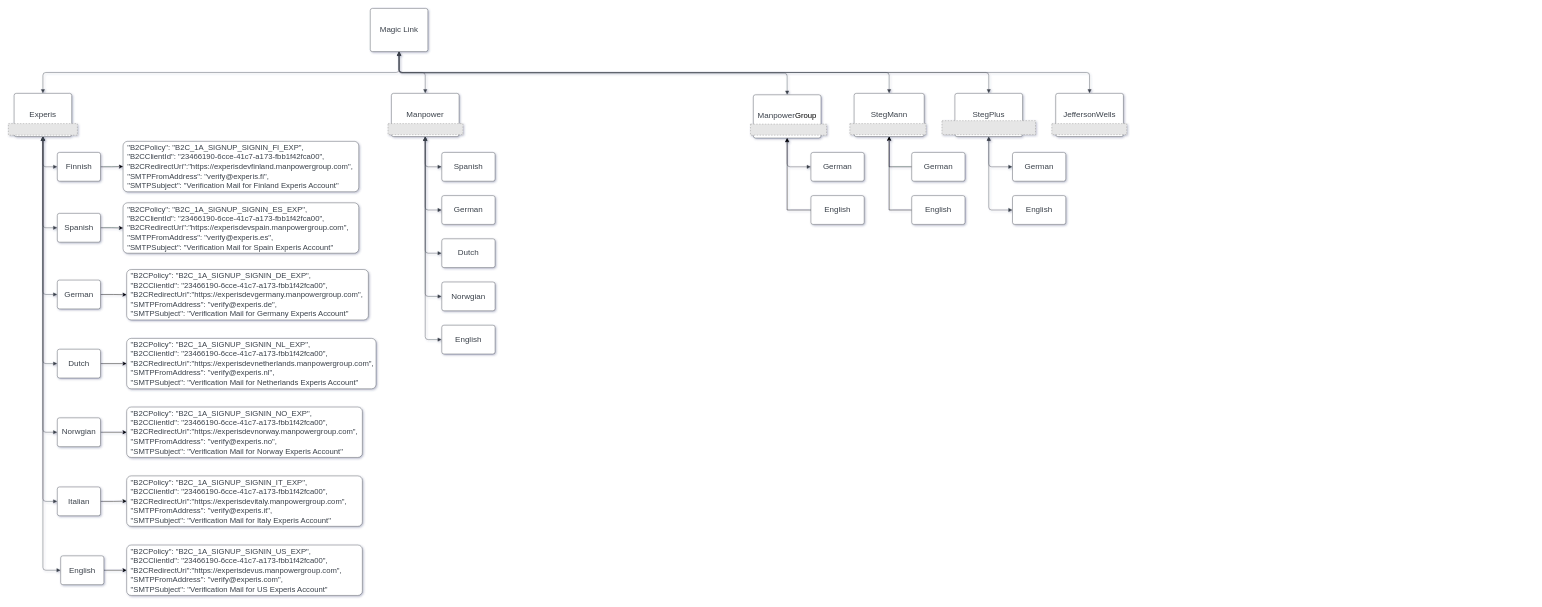
The draw.io diagram Untitled Diagram.drawio in pratikathavalempg/pratikathavalempg, before the edit. Source tidied: cells renumbered, new cells numbered last; positions are measured from the earlier drawing's top-left corner, leaving out a move shared by most shapes. Both pictures are drawn from the tidied source at 48%, with x=0, y=0 at pixel (8, 8). Pictures stored in the file or linked from it are replaced by grey dashed boxes.
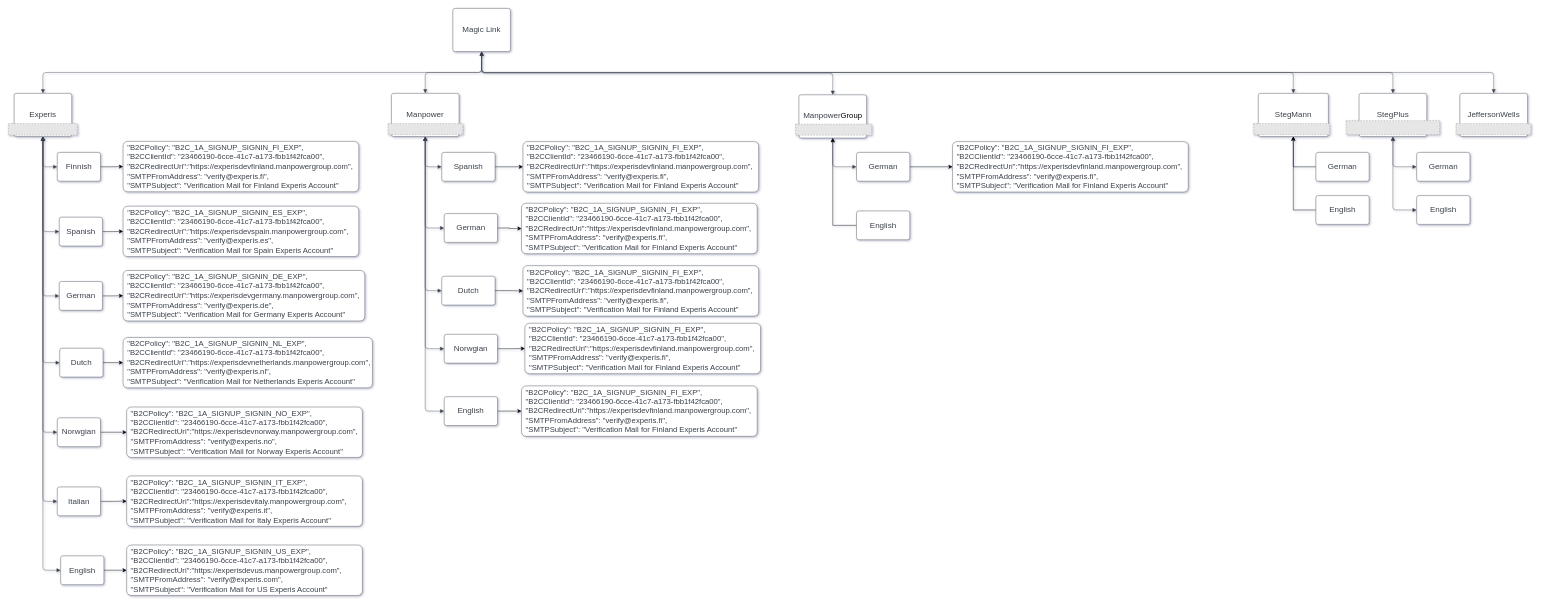
Above is the later version.

The change refers to these unchanged cells:
```xml
<mxCell id="34" value="Spanish" style="html=1;overflow=block;blockSpacing=1;whiteSpace=wrap;fontSize=16.7;fontColor=#3a414a;spacing=9;strokeColor=#3a414a;strokeOpacity=100;rounded=1;absoluteArcSize=1;arcSize=9;strokeWidth=0.8;" parent="1" vertex="1">
  <mxGeometry x="902.9" y="300" width="111" height="60" as="geometry" />
</mxCell>
```

Change to the diagram source:
```diff
@@
     <mxCell id="2" value="Magic Link" style="html=1;overflow=block;blockSpacing=1;whiteSpace=wrap;fontSize=16.7;fontColor=#3a414a;spacing=9;strokeColor=#3a414a;strokeOpacity=100;rounded=1;absoluteArcSize=1;arcSize=9;strokeWidth=0.8;" parent="1" vertex="1">
-      <mxGeometry x="753.9" width="120" height="90" as="geometry" />
+      <mxGeometry x="925.9" width="120" height="90" as="geometry" />
     </mxCell>
@@
     <mxCell id="6" value="&lt;div style=&quot;display: flex; justify-content: center; text-align: center; align-items: baseline; font-size: 0; line-height: 1.25;margin-top: -2px;&quot;&gt;&lt;span&gt;&lt;span style=&quot;font-size:16.7px;color:#3a414a;&quot;&gt;Manpower&lt;/span&gt;&lt;span style=&quot;font-size:16px;color:#000000;&quot;&gt;Group &lt;/span&gt;&lt;/span&gt;&lt;/div&gt;" style="html=1;overflow=block;blockSpacing=1;whiteSpace=wrap;fontSize=13;spacing=9;strokeColor=#3a414a;strokeOpacity=100;rounded=1;absoluteArcSize=1;arcSize=9;strokeWidth=0.8;" parent="1" vertex="1">
-      <mxGeometry x="1551.9" y="180" width="141" height="90" as="geometry" />
+      <mxGeometry x="1646.9" y="180" width="141" height="90" as="geometry" />
     </mxCell>
     <mxCell id="7" value="StegMann" style="html=1;overflow=block;blockSpacing=1;whiteSpace=wrap;fontSize=16.7;fontColor=#3a414a;spacing=9;strokeColor=#3a414a;strokeOpacity=100;rounded=1;absoluteArcSize=1;arcSize=9;strokeWidth=0.8;" parent="1" vertex="1">
-      <mxGeometry x="1761.9" y="177" width="146" height="90" as="geometry" />
+      <mxGeometry x="2603.9" y="177" width="146" height="90" as="geometry" />
     </mxCell>
     <mxCell id="8" value="StegPlus" style="html=1;overflow=block;blockSpacing=1;whiteSpace=wrap;fontSize=16.7;fontColor=#3a414a;spacing=9;strokeColor=#3a414a;strokeOpacity=100;rounded=1;absoluteArcSize=1;arcSize=9;strokeWidth=0.8;" parent="1" vertex="1">
-      <mxGeometry x="1971.9" y="177" width="141" height="90" as="geometry" />
+      <mxGeometry x="2813.9" y="177" width="141" height="90" as="geometry" />
     </mxCell>
@@
     <mxCell id="17" value="Spanish" style="html=1;overflow=block;blockSpacing=1;whiteSpace=wrap;fontSize=16.7;fontColor=#3a414a;spacing=9;strokeColor=#3a414a;strokeOpacity=100;rounded=1;absoluteArcSize=1;arcSize=9;strokeWidth=0.8;" parent="1" vertex="1">
-      <mxGeometry x="101.9" y="427" width="90" height="60" as="geometry" />
+      <mxGeometry x="106" y="435" width="90" height="60" as="geometry" />
     </mxCell>
@@
     <mxCell id="20" value="German" style="html=1;overflow=block;blockSpacing=1;whiteSpace=wrap;fontSize=16.7;fontColor=#3a414a;spacing=9;strokeColor=#3a414a;strokeOpacity=100;rounded=1;absoluteArcSize=1;arcSize=9;strokeWidth=0.8;" parent="1" vertex="1">
-      <mxGeometry x="101.9" y="566" width="90" height="60" as="geometry" />
+      <mxGeometry x="106" y="569" width="90" height="60" as="geometry" />
     </mxCell>
@@
     <mxCell id="22" value="Dutch" style="html=1;overflow=block;blockSpacing=1;whiteSpace=wrap;fontSize=16.7;fontColor=#3a414a;spacing=9;strokeColor=#3a414a;strokeOpacity=100;rounded=1;absoluteArcSize=1;arcSize=9;strokeWidth=0.8;" parent="1" vertex="1">
-      <mxGeometry x="101.9" y="710" width="90" height="60" as="geometry" />
+      <mxGeometry x="107" y="708" width="90" height="60" as="geometry" />
     </mxCell>
@@
+    <mxCell id="71" style="edgeStyle=orthogonalEdgeStyle;rounded=0;jettySize=auto;html=1;exitX=1;exitY=0.5;exitDx=0;exitDy=0;entryX=0;entryY=0.5;entryDx=0;entryDy=0;fontSize=16;" parent="1" edge="1" source="34" target="77">
+      <mxGeometry relative="1" as="geometry" />
+    </mxCell>
@@
+    <mxCell id="72" style="edgeStyle=orthogonalEdgeStyle;rounded=0;jettySize=auto;html=1;exitX=1;exitY=0.5;exitDx=0;exitDy=0;fontSize=16;" parent="1" edge="1" source="35" target="78">
+      <mxGeometry relative="1" as="geometry" />
+    </mxCell>
     <mxCell id="35" value="German" style="html=1;overflow=block;blockSpacing=1;whiteSpace=wrap;fontSize=16.7;fontColor=#3a414a;spacing=9;strokeColor=#3a414a;strokeOpacity=100;rounded=1;absoluteArcSize=1;arcSize=9;strokeWidth=0.8;" parent="1" vertex="1">
-      <mxGeometry x="902.9" y="390" width="111" height="60" as="geometry" />
+      <mxGeometry x="908" y="427.5" width="111" height="60" as="geometry" />
     </mxCell>
+    <mxCell id="73" style="edgeStyle=orthogonalEdgeStyle;rounded=0;jettySize=auto;html=1;exitX=1;exitY=0.5;exitDx=0;exitDy=0;entryX=0;entryY=0.5;entryDx=0;entryDy=0;fontSize=16;" parent="1" edge="1" source="36" target="79">
+      <mxGeometry relative="1" as="geometry" />
+    </mxCell>
     <mxCell id="36" value="Dutch" style="html=1;overflow=block;blockSpacing=1;whiteSpace=wrap;fontSize=16.7;fontColor=#3a414a;spacing=9;strokeColor=#3a414a;strokeOpacity=100;rounded=1;absoluteArcSize=1;arcSize=9;strokeWidth=0.8;" parent="1" vertex="1">
-      <mxGeometry x="902.9" y="480" width="111" height="60" as="geometry" />
+      <mxGeometry x="902.9" y="558" width="111" height="60" as="geometry" />
     </mxCell>
+    <mxCell id="74" style="edgeStyle=orthogonalEdgeStyle;rounded=0;jettySize=auto;html=1;exitX=1;exitY=0.5;exitDx=0;exitDy=0;entryX=0;entryY=0.5;entryDx=0;entryDy=0;fontSize=16;" parent="1" edge="1" source="37" target="80">
+      <mxGeometry relative="1" as="geometry" />
+    </mxCell>
     <mxCell id="37" value="Norwgian" style="html=1;overflow=block;blockSpacing=1;whiteSpace=wrap;fontSize=16.7;fontColor=#3a414a;spacing=9;strokeColor=#3a414a;strokeOpacity=100;rounded=1;absoluteArcSize=1;arcSize=9;strokeWidth=0.8;" parent="1" vertex="1">
-      <mxGeometry x="902.9" y="570" width="111" height="60" as="geometry" />
+      <mxGeometry x="908" y="679" width="111" height="60" as="geometry" />
     </mxCell>
@@
+    <mxCell id="75" style="edgeStyle=orthogonalEdgeStyle;rounded=0;jettySize=auto;html=1;exitX=1;exitY=0.5;exitDx=0;exitDy=0;entryX=0;entryY=0.5;entryDx=0;entryDy=0;fontSize=16;" parent="1" edge="1" source="42" target="81">
+      <mxGeometry relative="1" as="geometry" />
+    </mxCell>
     <mxCell id="42" value="English" style="html=1;overflow=block;blockSpacing=1;whiteSpace=wrap;fontSize=16.7;fontColor=#3a414a;spacing=9;strokeColor=#3a414a;strokeOpacity=100;rounded=1;absoluteArcSize=1;arcSize=9;strokeWidth=0.8;" parent="1" vertex="1">
-      <mxGeometry x="902.9" y="660" width="111" height="60" as="geometry" />
+      <mxGeometry x="908" y="809" width="111" height="60" as="geometry" />
     </mxCell>
@@
+    <mxCell id="76" style="edgeStyle=orthogonalEdgeStyle;rounded=0;jettySize=auto;html=1;exitX=1;exitY=0.5;exitDx=0;exitDy=0;entryX=0;entryY=0.5;entryDx=0;entryDy=0;fontSize=16;" parent="1" edge="1" source="44" target="82">
+      <mxGeometry relative="1" as="geometry" />
+    </mxCell>
     <mxCell id="44" value="German" style="html=1;overflow=block;blockSpacing=1;whiteSpace=wrap;fontSize=16.7;fontColor=#3a414a;spacing=9;strokeColor=#3a414a;strokeOpacity=100;rounded=1;absoluteArcSize=1;arcSize=9;strokeWidth=0.8;" parent="1" vertex="1">
-      <mxGeometry x="1671.9" y="300" width="111" height="60" as="geometry" />
+      <mxGeometry x="1766.9" y="300" width="111" height="60" as="geometry" />
     </mxCell>
@@
     <mxCell id="47" value="German" style="html=1;overflow=block;blockSpacing=1;whiteSpace=wrap;fontSize=16.7;fontColor=#3a414a;spacing=9;strokeColor=#3a414a;strokeOpacity=100;rounded=1;absoluteArcSize=1;arcSize=9;strokeWidth=0.8;" parent="1" vertex="1">
-      <mxGeometry x="1881.9" y="300" width="111" height="60" as="geometry" />
+      <mxGeometry x="2723.9" y="300" width="111" height="60" as="geometry" />
     </mxCell>
     <mxCell id="48" value="German" style="html=1;overflow=block;blockSpacing=1;whiteSpace=wrap;fontSize=16.7;fontColor=#3a414a;spacing=9;strokeColor=#3a414a;strokeOpacity=100;rounded=1;absoluteArcSize=1;arcSize=9;strokeWidth=0.8;" parent="1" vertex="1">
-      <mxGeometry x="2091.9" y="300" width="111" height="60" as="geometry" />
+      <mxGeometry x="2933.9" y="300" width="111" height="60" as="geometry" />
     </mxCell>
@@
     <mxCell id="51" value="English" style="html=1;overflow=block;blockSpacing=1;whiteSpace=wrap;fontSize=16.7;fontColor=#3a414a;spacing=9;strokeColor=#3a414a;strokeOpacity=100;rounded=1;absoluteArcSize=1;arcSize=9;strokeWidth=0.8;" parent="1" vertex="1">
-      <mxGeometry x="1671.9" y="390" width="111" height="60" as="geometry" />
+      <mxGeometry x="1766.9" y="422" width="111" height="60" as="geometry" />
     </mxCell>
@@
     <mxCell id="53" value="English" style="html=1;overflow=block;blockSpacing=1;whiteSpace=wrap;fontSize=16.7;fontColor=#3a414a;spacing=9;strokeColor=#3a414a;strokeOpacity=100;rounded=1;absoluteArcSize=1;arcSize=9;strokeWidth=0.8;" parent="1" vertex="1">
-      <mxGeometry x="1881.9" y="390" width="111" height="60" as="geometry" />
+      <mxGeometry x="2723.9" y="390" width="111" height="60" as="geometry" />
     </mxCell>
     <mxCell id="54" value="English" style="html=1;overflow=block;blockSpacing=1;whiteSpace=wrap;fontSize=16.7;fontColor=#3a414a;spacing=9;strokeColor=#3a414a;strokeOpacity=100;rounded=1;absoluteArcSize=1;arcSize=9;strokeWidth=0.8;" parent="1" vertex="1">
-      <mxGeometry x="2091.9" y="390" width="111" height="60" as="geometry" />
+      <mxGeometry x="2933.9" y="390" width="111" height="60" as="geometry" />
     </mxCell>
@@
     <mxCell id="57" value="JeffersonWells" style="html=1;overflow=block;blockSpacing=1;whiteSpace=wrap;fontSize=16.7;fontColor=#3a414a;spacing=9;strokeColor=#3a414a;strokeOpacity=100;rounded=1;absoluteArcSize=1;arcSize=9;strokeWidth=0.8;" parent="1" vertex="1">
-      <mxGeometry x="2181.9" y="177" width="141" height="90" as="geometry" />
+      <mxGeometry x="3023.9" y="177" width="141" height="90" as="geometry" />
     </mxCell>
@@
     <mxCell id="59" style="fillColor=#E6E6E6;strokeColor=#999999;dashed=1;html=1;whiteSpace=wrap;fontSize=13;spacing=0;" parent="1" vertex="1">
-      <mxGeometry x="2173.9" y="240" width="156" height="23" as="geometry" />
+      <mxGeometry x="3015.9" y="240" width="156" height="23" as="geometry" />
     </mxCell>
     <mxCell id="60" style="fillColor=#E6E6E6;strokeColor=#999999;dashed=1;verticalLabelPosition=bottom;labelBackgroundColor=default;verticalAlign=top;" parent="1" vertex="1">
-      <mxGeometry x="1753.1" y="240" width="158.5" height="23" as="geometry" />
+      <mxGeometry x="2594.1" y="240" width="158.5" height="23" as="geometry" />
     </mxCell>
     <mxCell id="61" style="fillColor=#E6E6E6;strokeColor=#999999;dashed=1;verticalLabelPosition=bottom;labelBackgroundColor=default;verticalAlign=top;" parent="1" vertex="1">
-      <mxGeometry x="1945" y="233.9" width="194.8" height="29.1" as="geometry" />
+      <mxGeometry x="2787" y="233.9" width="194.8" height="29.1" as="geometry" />
     </mxCell>
     <mxCell id="62" style="fillColor=#E6E6E6;strokeColor=#999999;dashed=1;verticalLabelPosition=bottom;labelBackgroundColor=default;verticalAlign=top;" parent="1" vertex="1">
-      <mxGeometry x="1546" y="241.1" width="158.5" height="23" as="geometry" />
+      <mxGeometry x="1640" y="241.1" width="158.5" height="23" as="geometry" />
     </mxCell>
@@
     <mxCell id="65" value="&lt;div style=&quot;font-size: 16px&quot;&gt;&lt;font style=&quot;font-size: 16px&quot;&gt;&quot;B2CPolicy&quot;: &quot;B2C_1A_SIGNUP_SIGNIN_ES_EXP&quot;,&lt;/font&gt;&lt;/div&gt;&lt;div&gt;&lt;span style=&quot;font-size: 16px&quot;&gt;&quot;B2CClientId&quot;: &quot;23466190-6cce-41c7-a173-fbb1f42fca00&quot;,&lt;/span&gt;&lt;/div&gt;&lt;div style=&quot;font-size: 16px&quot;&gt;&lt;font style=&quot;font-size: 16px&quot;&gt;&quot;B2CRedirectUri&quot;:&quot;https://experisdevspain.manpowergroup.com&quot;,&lt;/font&gt;&lt;/div&gt;&lt;div&gt;&lt;font&gt;&lt;span style=&quot;font-size: 16px&quot;&gt;&quot;SMTPFromAddress&quot;: &quot;verify@experis.es&quot;,&lt;/span&gt;&lt;br&gt;&lt;/font&gt;&lt;/div&gt;&lt;div&gt;&lt;font&gt;&lt;span style=&quot;font-size: 16px&quot;&gt;&quot;SMTPSubject&quot;: &quot;Verification Mail for Spain Experis Account&quot;&lt;/span&gt;&lt;br&gt;&lt;/font&gt;&lt;/div&gt;" style="whiteSpace=wrap;html=1;fontSize=16.7;strokeColor=#3a414a;fontColor=#3a414a;spacing=9;rounded=1;arcSize=9;strokeWidth=0.8;align=left;" parent="1" vertex="1">
-      <mxGeometry x="238.9" y="405" width="491" height="105" as="geometry" />
+      <mxGeometry x="238.9" y="412" width="491" height="105" as="geometry" />
     </mxCell>
     <mxCell id="66" value="&lt;div style=&quot;font-size: 16px&quot;&gt;&lt;font style=&quot;font-size: 16px&quot;&gt;&quot;B2CPolicy&quot;: &quot;B2C_1A_SIGNUP_SIGNIN_DE_EXP&quot;,&lt;/font&gt;&lt;/div&gt;&lt;div&gt;&lt;span style=&quot;font-size: 16px&quot;&gt;&quot;B2CClientId&quot;: &quot;23466190-6cce-41c7-a173-fbb1f42fca00&quot;,&lt;/span&gt;&lt;/div&gt;&lt;div style=&quot;font-size: 16px&quot;&gt;&lt;font style=&quot;font-size: 16px&quot;&gt;&quot;B2CRedirectUri&quot;:&quot;https://experisdevgermany.manpowergroup.com&quot;,&lt;/font&gt;&lt;/div&gt;&lt;div&gt;&lt;font&gt;&lt;span style=&quot;font-size: 16px&quot;&gt;&quot;SMTPFromAddress&quot;: &quot;verify@experis.de&quot;,&lt;/span&gt;&lt;br&gt;&lt;/font&gt;&lt;/div&gt;&lt;div&gt;&lt;font&gt;&lt;span style=&quot;font-size: 16px&quot;&gt;&quot;SMTPSubject&quot;: &quot;Verification Mail for Germany Experis Account&quot;&lt;/span&gt;&lt;br&gt;&lt;/font&gt;&lt;/div&gt;" style="whiteSpace=wrap;html=1;fontSize=16.7;strokeColor=#3a414a;fontColor=#3a414a;spacing=9;rounded=1;arcSize=9;strokeWidth=0.8;align=left;" parent="1" vertex="1">
-      <mxGeometry x="246.4" y="544" width="503.5" height="105" as="geometry" />
+      <mxGeometry x="238.9" y="546" width="503.5" height="105" as="geometry" />
     </mxCell>
     <mxCell id="67" value="&lt;div style=&quot;font-size: 16px&quot;&gt;&lt;font style=&quot;font-size: 16px&quot;&gt;&quot;B2CPolicy&quot;: &quot;B2C_1A_SIGNUP_SIGNIN_NL_EXP&quot;,&lt;/font&gt;&lt;/div&gt;&lt;div&gt;&lt;span style=&quot;font-size: 16px&quot;&gt;&quot;B2CClientId&quot;: &quot;23466190-6cce-41c7-a173-fbb1f42fca00&quot;,&lt;/span&gt;&lt;/div&gt;&lt;div style=&quot;font-size: 16px&quot;&gt;&lt;font style=&quot;font-size: 16px&quot;&gt;&quot;B2CRedirectUri&quot;:&quot;https://experisdevnetherlands.manpowergroup.com&quot;,&lt;/font&gt;&lt;/div&gt;&lt;div&gt;&lt;font&gt;&lt;span style=&quot;font-size: 16px&quot;&gt;&quot;SMTPFromAddress&quot;: &quot;verify@experis.nl&quot;,&lt;/span&gt;&lt;br&gt;&lt;/font&gt;&lt;/div&gt;&lt;div&gt;&lt;font&gt;&lt;span style=&quot;font-size: 16px&quot;&gt;&quot;SMTPSubject&quot;: &quot;Verification Mail for Netherlands Experis Account&quot;&lt;/span&gt;&lt;br&gt;&lt;/font&gt;&lt;/div&gt;" style="whiteSpace=wrap;html=1;fontSize=16.7;strokeColor=#3a414a;fontColor=#3a414a;spacing=9;rounded=1;arcSize=9;strokeWidth=0.8;align=left;" parent="1" vertex="1">
-      <mxGeometry x="246.4" y="687.5" width="519.5" height="105" as="geometry" />
+      <mxGeometry x="238.9" y="685.5" width="519.5" height="105" as="geometry" />
     </mxCell>
@@
+    <mxCell id="77" value="&lt;div style=&quot;font-size: 16px&quot;&gt;&lt;font style=&quot;font-size: 16px&quot;&gt;&quot;B2CPolicy&quot;: &quot;B2C_1A_SIGNUP_SIGNIN_FI_EXP&quot;,&lt;/font&gt;&lt;/div&gt;&lt;div&gt;&lt;span style=&quot;font-size: 16px&quot;&gt;&quot;B2CClientId&quot;: &quot;23466190-6cce-41c7-a173-fbb1f42fca00&quot;,&lt;/span&gt;&lt;/div&gt;&lt;div style=&quot;font-size: 16px&quot;&gt;&lt;font style=&quot;font-size: 16px&quot;&gt;&quot;B2CRedirectUri&quot;:&quot;https://experisdevfinland.manpowergroup.com&quot;,&lt;/font&gt;&lt;/div&gt;&lt;div&gt;&lt;font&gt;&lt;span style=&quot;font-size: 16px&quot;&gt;&quot;SMTPFromAddress&quot;: &quot;verify@experis.fi&quot;,&lt;/span&gt;&lt;br&gt;&lt;/font&gt;&lt;/div&gt;&lt;div&gt;&lt;font&gt;&lt;span style=&quot;font-size: 16px&quot;&gt;&quot;SMTPSubject&quot;: &quot;Verification Mail for Finland Experis Account&quot;&lt;/span&gt;&lt;br&gt;&lt;/font&gt;&lt;/div&gt;" style="whiteSpace=wrap;html=1;fontSize=16.7;strokeColor=#3a414a;fontColor=#3a414a;spacing=9;rounded=1;arcSize=9;strokeWidth=0.8;align=left;" parent="1" vertex="1">
+      <mxGeometry x="1072" y="277.5" width="491" height="105" as="geometry" />
+    </mxCell>
+    <mxCell id="78" value="&lt;div style=&quot;font-size: 16px&quot;&gt;&lt;font style=&quot;font-size: 16px&quot;&gt;&quot;B2CPolicy&quot;: &quot;B2C_1A_SIGNUP_SIGNIN_FI_EXP&quot;,&lt;/font&gt;&lt;/div&gt;&lt;div&gt;&lt;span style=&quot;font-size: 16px&quot;&gt;&quot;B2CClientId&quot;: &quot;23466190-6cce-41c7-a173-fbb1f42fca00&quot;,&lt;/span&gt;&lt;/div&gt;&lt;div style=&quot;font-size: 16px&quot;&gt;&lt;font style=&quot;font-size: 16px&quot;&gt;&quot;B2CRedirectUri&quot;:&quot;https://experisdevfinland.manpowergroup.com&quot;,&lt;/font&gt;&lt;/div&gt;&lt;div&gt;&lt;font&gt;&lt;span style=&quot;font-size: 16px&quot;&gt;&quot;SMTPFromAddress&quot;: &quot;verify@experis.fi&quot;,&lt;/span&gt;&lt;br&gt;&lt;/font&gt;&lt;/div&gt;&lt;div&gt;&lt;font&gt;&lt;span style=&quot;font-size: 16px&quot;&gt;&quot;SMTPSubject&quot;: &quot;Verification Mail for Finland Experis Account&quot;&lt;/span&gt;&lt;br&gt;&lt;/font&gt;&lt;/div&gt;" style="whiteSpace=wrap;html=1;fontSize=16.7;strokeColor=#3a414a;fontColor=#3a414a;spacing=9;rounded=1;arcSize=9;strokeWidth=0.8;align=left;" parent="1" vertex="1">
+      <mxGeometry x="1069" y="406" width="491" height="105" as="geometry" />
+    </mxCell>
+    <mxCell id="79" value="&lt;div style=&quot;font-size: 16px&quot;&gt;&lt;font style=&quot;font-size: 16px&quot;&gt;&quot;B2CPolicy&quot;: &quot;B2C_1A_SIGNUP_SIGNIN_FI_EXP&quot;,&lt;/font&gt;&lt;/div&gt;&lt;div&gt;&lt;span style=&quot;font-size: 16px&quot;&gt;&quot;B2CClientId&quot;: &quot;23466190-6cce-41c7-a173-fbb1f42fca00&quot;,&lt;/span&gt;&lt;/div&gt;&lt;div style=&quot;font-size: 16px&quot;&gt;&lt;font style=&quot;font-size: 16px&quot;&gt;&quot;B2CRedirectUri&quot;:&quot;https://experisdevfinland.manpowergroup.com&quot;,&lt;/font&gt;&lt;/div&gt;&lt;div&gt;&lt;font&gt;&lt;span style=&quot;font-size: 16px&quot;&gt;&quot;SMTPFromAddress&quot;: &quot;verify@experis.fi&quot;,&lt;/span&gt;&lt;br&gt;&lt;/font&gt;&lt;/div&gt;&lt;div&gt;&lt;font&gt;&lt;span style=&quot;font-size: 16px&quot;&gt;&quot;SMTPSubject&quot;: &quot;Verification Mail for Finland Experis Account&quot;&lt;/span&gt;&lt;br&gt;&lt;/font&gt;&lt;/div&gt;" style="whiteSpace=wrap;html=1;fontSize=16.7;strokeColor=#3a414a;fontColor=#3a414a;spacing=9;rounded=1;arcSize=9;strokeWidth=0.8;align=left;" parent="1" vertex="1">
+      <mxGeometry x="1072" y="536" width="491" height="105" as="geometry" />
+    </mxCell>
+    <mxCell id="80" value="&lt;div style=&quot;font-size: 16px&quot;&gt;&lt;font style=&quot;font-size: 16px&quot;&gt;&quot;B2CPolicy&quot;: &quot;B2C_1A_SIGNUP_SIGNIN_FI_EXP&quot;,&lt;/font&gt;&lt;/div&gt;&lt;div&gt;&lt;span style=&quot;font-size: 16px&quot;&gt;&quot;B2CClientId&quot;: &quot;23466190-6cce-41c7-a173-fbb1f42fca00&quot;,&lt;/span&gt;&lt;/div&gt;&lt;div style=&quot;font-size: 16px&quot;&gt;&lt;font style=&quot;font-size: 16px&quot;&gt;&quot;B2CRedirectUri&quot;:&quot;https://experisdevfinland.manpowergroup.com&quot;,&lt;/font&gt;&lt;/div&gt;&lt;div&gt;&lt;font&gt;&lt;span style=&quot;font-size: 16px&quot;&gt;&quot;SMTPFromAddress&quot;: &quot;verify@experis.fi&quot;,&lt;/span&gt;&lt;br&gt;&lt;/font&gt;&lt;/div&gt;&lt;div&gt;&lt;font&gt;&lt;span style=&quot;font-size: 16px&quot;&gt;&quot;SMTPSubject&quot;: &quot;Verification Mail for Finland Experis Account&quot;&lt;/span&gt;&lt;br&gt;&lt;/font&gt;&lt;/div&gt;" style="whiteSpace=wrap;html=1;fontSize=16.7;strokeColor=#3a414a;fontColor=#3a414a;spacing=9;rounded=1;arcSize=9;strokeWidth=0.8;align=left;" parent="1" vertex="1">
+      <mxGeometry x="1076" y="656" width="491" height="105" as="geometry" />
+    </mxCell>
+    <mxCell id="81" value="&lt;div style=&quot;font-size: 16px&quot;&gt;&lt;font style=&quot;font-size: 16px&quot;&gt;&quot;B2CPolicy&quot;: &quot;B2C_1A_SIGNUP_SIGNIN_FI_EXP&quot;,&lt;/font&gt;&lt;/div&gt;&lt;div&gt;&lt;span style=&quot;font-size: 16px&quot;&gt;&quot;B2CClientId&quot;: &quot;23466190-6cce-41c7-a173-fbb1f42fca00&quot;,&lt;/span&gt;&lt;/div&gt;&lt;div style=&quot;font-size: 16px&quot;&gt;&lt;font style=&quot;font-size: 16px&quot;&gt;&quot;B2CRedirectUri&quot;:&quot;https://experisdevfinland.manpowergroup.com&quot;,&lt;/font&gt;&lt;/div&gt;&lt;div&gt;&lt;font&gt;&lt;span style=&quot;font-size: 16px&quot;&gt;&quot;SMTPFromAddress&quot;: &quot;verify@experis.fi&quot;,&lt;/span&gt;&lt;br&gt;&lt;/font&gt;&lt;/div&gt;&lt;div&gt;&lt;font&gt;&lt;span style=&quot;font-size: 16px&quot;&gt;&quot;SMTPSubject&quot;: &quot;Verification Mail for Finland Experis Account&quot;&lt;/span&gt;&lt;br&gt;&lt;/font&gt;&lt;/div&gt;" style="whiteSpace=wrap;html=1;fontSize=16.7;strokeColor=#3a414a;fontColor=#3a414a;spacing=9;rounded=1;arcSize=9;strokeWidth=0.8;align=left;" parent="1" vertex="1">
+      <mxGeometry x="1069" y="786.5" width="491" height="105" as="geometry" />
+    </mxCell>
+    <mxCell id="82" value="&lt;div style=&quot;font-size: 16px&quot;&gt;&lt;font style=&quot;font-size: 16px&quot;&gt;&quot;B2CPolicy&quot;: &quot;B2C_1A_SIGNUP_SIGNIN_FI_EXP&quot;,&lt;/font&gt;&lt;/div&gt;&lt;div&gt;&lt;span style=&quot;font-size: 16px&quot;&gt;&quot;B2CClientId&quot;: &quot;23466190-6cce-41c7-a173-fbb1f42fca00&quot;,&lt;/span&gt;&lt;/div&gt;&lt;div style=&quot;font-size: 16px&quot;&gt;&lt;font style=&quot;font-size: 16px&quot;&gt;&quot;B2CRedirectUri&quot;:&quot;https://experisdevfinland.manpowergroup.com&quot;,&lt;/font&gt;&lt;/div&gt;&lt;div&gt;&lt;font&gt;&lt;span style=&quot;font-size: 16px&quot;&gt;&quot;SMTPFromAddress&quot;: &quot;verify@experis.fi&quot;,&lt;/span&gt;&lt;br&gt;&lt;/font&gt;&lt;/div&gt;&lt;div&gt;&lt;font&gt;&lt;span style=&quot;font-size: 16px&quot;&gt;&quot;SMTPSubject&quot;: &quot;Verification Mail for Finland Experis Account&quot;&lt;/span&gt;&lt;br&gt;&lt;/font&gt;&lt;/div&gt;" style="whiteSpace=wrap;html=1;fontSize=16.7;strokeColor=#3a414a;fontColor=#3a414a;spacing=9;rounded=1;arcSize=9;strokeWidth=0.8;align=left;" parent="1" vertex="1">
+      <mxGeometry x="1967" y="277.5" width="491" height="105" as="geometry" />
+    </mxCell>
```
